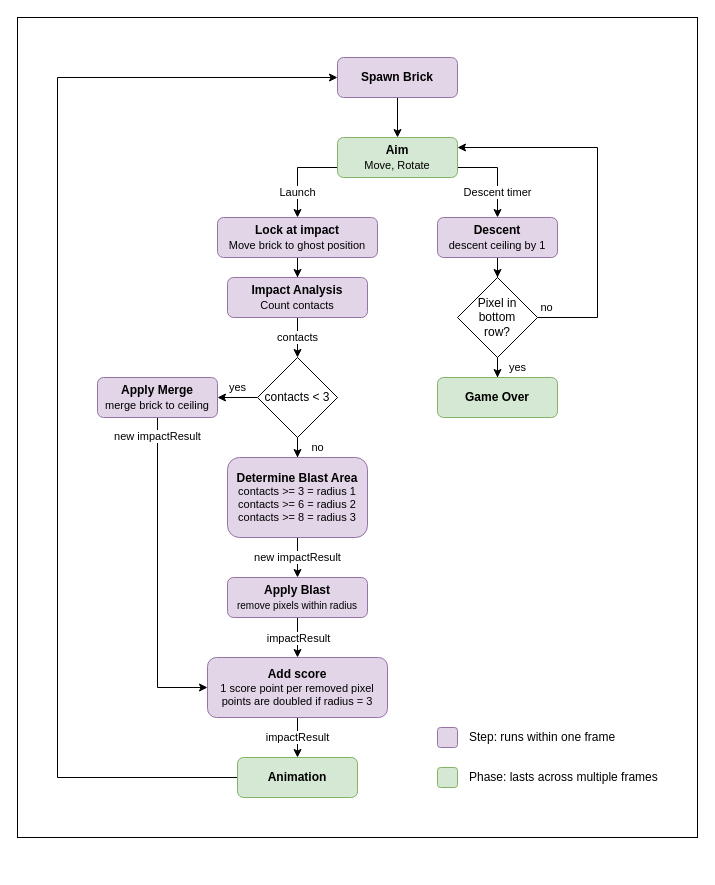
Earlier version of the draw.io diagram docs/diagrams/game-flow.drawio (JulianBittner/PixelBricksCS). Source tidied: cells renumbered, new cells numbered last; positions are measured from the earlier drawing's top-left corner, leaving out a move shared by most shapes. Both pictures are drawn from the tidied source at 100%, with x=0, y=0 at pixel (17, 17).
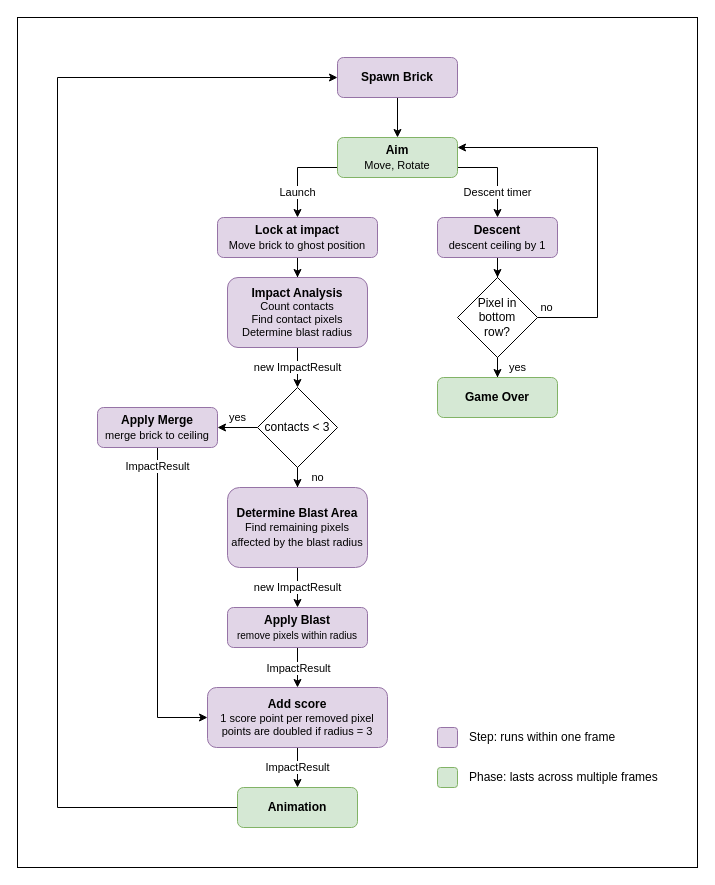
Above is the later version.

Commit message (it also covers changes not shown here):
fix(gameplay): count shared edges instead of neighbor pixels as contacts

The change refers to these unchanged cells:
```xml
<mxCell id="4" value="Spawn Brick" style="rounded=1;whiteSpace=wrap;html=1;fillColor=#e1d5e7;strokeColor=#9673a6;fontStyle=1;" parent="1" vertex="1">
  <mxGeometry x="320" y="40" width="120" height="40" as="geometry" />
</mxCell>
<mxCell id="23" style="edgeStyle=orthogonalEdgeStyle;rounded=0;jettySize=auto;html=1;entryX=0.5;entryY=0;entryDx=0;entryDy=0;" parent="1" edge="1" source="25" target="28">
  <mxGeometry relative="1" as="geometry" />
</mxCell>
```

What changed in the source:
```diff
@@
     <mxCell id="2" style="rounded=0;whiteSpace=wrap;html=1;fillColor=none;" parent="1" vertex="1">
-      <mxGeometry width="680" height="820" as="geometry" />
+      <mxGeometry width="680" height="850" as="geometry" />
     </mxCell>
@@
     <mxCell id="18" value="contacts &amp;lt; 3" style="rhombus;whiteSpace=wrap;html=1;" parent="1" vertex="1">
-      <mxGeometry x="240" y="340" width="80" height="80" as="geometry" />
+      <mxGeometry x="240" y="370" width="80" height="80" as="geometry" />
     </mxCell>
-    <mxCell id="19" value="&lt;span style=&quot;color: rgb(0, 0, 0); font-family: Helvetica; font-size: 11px; font-style: normal; font-variant-ligatures: normal; font-variant-caps: normal; font-weight: 400; letter-spacing: normal; orphans: 2; text-align: center; text-indent: 0px; text-transform: none; widows: 2; word-spacing: 0px; -webkit-text-stroke-width: 0px; white-space: nowrap; background-color: rgb(255, 255, 255); text-decoration-thickness: initial; text-decoration-style: initial; text-decoration-color: initial; display: inline !important; float: none;&quot;&gt;new impactResult&lt;/span&gt;" style="edgeStyle=orthogonalEdgeStyle;rounded=0;jettySize=auto;html=1;entryX=0;entryY=0.5;entryDx=0;entryDy=0;" parent="1" edge="1" source="20" target="28">
+    <mxCell id="19" value="&lt;span style=&quot;color: rgb(0, 0, 0); font-family: Helvetica; font-size: 11px; font-style: normal; font-variant-ligatures: normal; font-variant-caps: normal; font-weight: 400; letter-spacing: normal; orphans: 2; text-align: center; text-indent: 0px; text-transform: none; widows: 2; word-spacing: 0px; -webkit-text-stroke-width: 0px; white-space: nowrap; background-color: rgb(255, 255, 255); text-decoration-thickness: initial; text-decoration-style: initial; text-decoration-color: initial; display: inline !important; float: none;&quot;&gt;ImpactResult&lt;/span&gt;" style="edgeStyle=orthogonalEdgeStyle;rounded=0;jettySize=auto;html=1;entryX=0;entryY=0.5;entryDx=0;entryDy=0;" parent="1" edge="1" source="20" target="28">
       <mxGeometry x="-0.88" relative="1" as="geometry">
         <Array as="points">
-          <mxPoint x="140" y="670" />
+          <mxPoint x="140" y="700" />
         </Array>
       </mxGeometry>
     </mxCell>
     <mxCell id="20" value="Apply Merge&lt;br&gt;&lt;span style=&quot;font-weight: normal;&quot;&gt;&lt;font style=&quot;font-size: 11px;&quot;&gt;merge brick to ceiling&lt;/font&gt;&lt;/span&gt;" style="rounded=1;whiteSpace=wrap;html=1;fillColor=#e1d5e7;strokeColor=#9673a6;fontStyle=1;" parent="1" vertex="1">
-      <mxGeometry x="80" y="360" width="120" height="40" as="geometry" />
+      <mxGeometry x="80" y="390" width="120" height="40" as="geometry" />
     </mxCell>
-    <mxCell id="21" value="new impactResult" style="edgeStyle=orthogonalEdgeStyle;rounded=0;jettySize=auto;html=1;entryX=0.5;entryY=0;entryDx=0;entryDy=0;" parent="1" edge="1" source="22" target="25">
+    <mxCell id="21" value="new ImpactResult" style="edgeStyle=orthogonalEdgeStyle;rounded=0;jettySize=auto;html=1;entryX=0.5;entryY=0;entryDx=0;entryDy=0;" parent="1" edge="1" source="22" target="25">
       <mxGeometry relative="1" as="geometry" />
     </mxCell>
-    <mxCell id="22" value="Determine Blast Area&lt;div style=&quot;font-size: 11px;&quot;&gt;&lt;span style=&quot;background-color: initial; font-weight: 400;&quot;&gt;contacts&lt;/span&gt;&lt;span style=&quot;background-color: initial; font-weight: 400;&quot;&gt;&amp;nbsp;&amp;gt;= 3&lt;/span&gt;&lt;span style=&quot;font-weight: 400;&quot;&gt;&amp;nbsp;&lt;/span&gt;&lt;span style=&quot;font-weight: 400; background-color: initial;&quot;&gt;=&lt;/span&gt;&lt;span style=&quot;background-color: initial; font-weight: 400;&quot;&gt;&amp;nbsp;&lt;/span&gt;&lt;span style=&quot;font-weight: 400; background-color: initial;&quot;&gt;radius&amp;nbsp;&lt;/span&gt;&lt;span style=&quot;background-color: initial; font-weight: 400;&quot;&gt;1&lt;/span&gt;&lt;/div&gt;&lt;div style=&quot;font-size: 11px;&quot;&gt;&lt;span style=&quot;background-color: initial; font-weight: 400;&quot;&gt;contact&lt;/span&gt;&lt;span style=&quot;background-color: initial; font-weight: 400;&quot;&gt;s &amp;gt;= 6&lt;/span&gt;&lt;span style=&quot;font-weight: 400;&quot;&gt;&amp;nbsp;&lt;/span&gt;&lt;span style=&quot;font-weight: 400; background-color: initial;&quot;&gt;=&lt;/span&gt;&lt;span style=&quot;background-color: initial; font-weight: normal;&quot;&gt;&amp;nbsp;&lt;/span&gt;&lt;span style=&quot;font-weight: 400; background-color: initial;&quot;&gt;radius&amp;nbsp;&lt;/span&gt;&lt;span style=&quot;background-color: initial; font-weight: normal;&quot;&gt;2&lt;/span&gt;&lt;/div&gt;&lt;div style=&quot;font-size: 11px;&quot;&gt;&lt;span style=&quot;background-color: initial; font-weight: 400;&quot;&gt;contact&lt;/span&gt;&lt;span style=&quot;background-color: initial; font-weight: 400;&quot;&gt;s &amp;gt;= 8&lt;/span&gt;&lt;span style=&quot;font-weight: 400;&quot;&gt;&amp;nbsp;&lt;/span&gt;&lt;span style=&quot;font-weight: 400; background-color: initial;&quot;&gt;=&lt;/span&gt;&lt;span style=&quot;background-color: initial; font-weight: normal;&quot;&gt;&amp;nbsp;&lt;/span&gt;&lt;span style=&quot;font-weight: 400; background-color: initial;&quot;&gt;radius&amp;nbsp;&lt;/span&gt;&lt;span style=&quot;background-color: initial; font-weight: normal;&quot;&gt;3&lt;/span&gt;&lt;/div&gt;" style="rounded=1;whiteSpace=wrap;html=1;fillColor=#e1d5e7;strokeColor=#9673a6;fontStyle=1;" parent="1" vertex="1">
-      <mxGeometry x="210" y="440" width="140" height="80" as="geometry" />
+    <mxCell id="22" value="&lt;div&gt;Determine Blast Area&lt;/div&gt;&lt;div&gt;&lt;span style=&quot;font-weight: normal;&quot;&gt;&lt;font style=&quot;font-size: 11px;&quot;&gt;Find remaining pixels affected by the blast radius&lt;/font&gt;&lt;/span&gt;&lt;/div&gt;" style="rounded=1;whiteSpace=wrap;html=1;fillColor=#e1d5e7;strokeColor=#9673a6;fontStyle=1;" parent="1" vertex="1">
+      <mxGeometry x="210" y="470" width="140" height="80" as="geometry" />
     </mxCell>
@@
-    <mxCell id="24" value="impactResult" style="edgeLabel;html=1;align=center;verticalAlign=middle;" parent="23" vertex="1">
+    <mxCell id="24" value="ImpactResult" style="edgeLabel;html=1;align=center;verticalAlign=middle;" parent="23" vertex="1">
       <mxGeometry x="-0.34" y="-2" relative="1" as="geometry">
         <mxPoint x="2" y="7" as="offset" />
       </mxGeometry>
     </mxCell>
     <mxCell id="25" value="Apply Blast&lt;br style=&quot;font-size: 11px;&quot;&gt;&lt;font size=&quot;1&quot;&gt;&lt;span style=&quot;font-weight: normal;&quot;&gt;remove pixels within radius&lt;/span&gt;&lt;/font&gt;" style="rounded=1;whiteSpace=wrap;html=1;fillColor=#e1d5e7;strokeColor=#9673a6;fontStyle=1;" parent="1" vertex="1">
-      <mxGeometry x="210" y="560" width="140" height="40" as="geometry" />
+      <mxGeometry x="210" y="590" width="140" height="40" as="geometry" />
     </mxCell>
     <mxCell id="26" style="edgeStyle=orthogonalEdgeStyle;rounded=0;jettySize=auto;html=1;entryX=0;entryY=0.5;entryDx=0;entryDy=0;exitX=0;exitY=0.5;exitDx=0;exitDy=0;" parent="1" edge="1" source="29" target="4">
       <mxGeometry relative="1" as="geometry">
         <Array as="points">
-          <mxPoint x="40" y="760" />
+          <mxPoint x="40" y="790" />
           <mxPoint x="40" y="60" />
         </Array>
       </mxGeometry>
     </mxCell>
-    <mxCell id="27" value="&lt;span style=&quot;color: rgb(0, 0, 0); font-family: Helvetica; font-size: 11px; font-style: normal; font-variant-ligatures: normal; font-variant-caps: normal; font-weight: 400; letter-spacing: normal; orphans: 2; text-align: center; text-indent: 0px; text-transform: none; widows: 2; word-spacing: 0px; -webkit-text-stroke-width: 0px; white-space: nowrap; background-color: rgb(255, 255, 255); text-decoration-thickness: initial; text-decoration-style: initial; text-decoration-color: initial; display: inline !important; float: none;&quot;&gt;impactResult&lt;/span&gt;" style="edgeStyle=orthogonalEdgeStyle;rounded=0;jettySize=auto;html=1;entryX=0.5;entryY=0;entryDx=0;entryDy=0;" parent="1" edge="1" source="28" target="29">
+    <mxCell id="27" value="&lt;span style=&quot;color: rgb(0, 0, 0); font-family: Helvetica; font-size: 11px; font-style: normal; font-variant-ligatures: normal; font-variant-caps: normal; font-weight: 400; letter-spacing: normal; orphans: 2; text-align: center; text-indent: 0px; text-transform: none; widows: 2; word-spacing: 0px; -webkit-text-stroke-width: 0px; white-space: nowrap; background-color: rgb(255, 255, 255); text-decoration-thickness: initial; text-decoration-style: initial; text-decoration-color: initial; display: inline !important; float: none;&quot;&gt;ImpactResult&lt;/span&gt;" style="edgeStyle=orthogonalEdgeStyle;rounded=0;jettySize=auto;html=1;entryX=0.5;entryY=0;entryDx=0;entryDy=0;" parent="1" edge="1" source="28" target="29">
       <mxGeometry relative="1" as="geometry" />
     </mxCell>
     <mxCell id="28" value="Add score&lt;div style=&quot;font-size: 11px;&quot;&gt;&lt;span style=&quot;font-weight: normal;&quot;&gt;1 score point per removed pixel&lt;br&gt;&lt;/span&gt;&lt;/div&gt;&lt;div style=&quot;font-size: 11px;&quot;&gt;&lt;span style=&quot;font-weight: normal;&quot;&gt;points are doubled if radius = 3&lt;/span&gt;&lt;/div&gt;" style="rounded=1;whiteSpace=wrap;html=1;fillColor=#e1d5e7;strokeColor=#9673a6;fontStyle=1;" parent="1" vertex="1">
-      <mxGeometry x="190" y="640" width="180" height="60" as="geometry" />
+      <mxGeometry x="190" y="670" width="180" height="60" as="geometry" />
     </mxCell>
     <mxCell id="29" value="&lt;b&gt;Animation&lt;/b&gt;" style="rounded=1;whiteSpace=wrap;html=1;fillColor=#d5e8d4;strokeColor=#82b366;" parent="1" vertex="1">
-      <mxGeometry x="220" y="740" width="120" height="40" as="geometry" />
+      <mxGeometry x="220" y="770" width="120" height="40" as="geometry" />
     </mxCell>
-    <mxCell id="30" value="contacts" style="edgeStyle=orthogonalEdgeStyle;rounded=0;jettySize=auto;html=1;entryX=0.5;entryY=0;entryDx=0;entryDy=0;" parent="1" edge="1" source="31" target="18">
+    <mxCell id="30" value="new ImpactResult" style="edgeStyle=orthogonalEdgeStyle;rounded=0;jettySize=auto;html=1;entryX=0.5;entryY=0;entryDx=0;entryDy=0;" parent="1" edge="1" source="31" target="18">
       <mxGeometry relative="1" as="geometry" />
     </mxCell>
-    <mxCell id="31" value="Impact Analysis&lt;div&gt;&lt;span style=&quot;font-weight: normal;&quot;&gt;&lt;font style=&quot;font-size: 11px;&quot;&gt;Count contacts&lt;/font&gt;&lt;/span&gt;&lt;/div&gt;" style="rounded=1;whiteSpace=wrap;html=1;fillColor=#e1d5e7;strokeColor=#9673a6;fontStyle=1;" parent="1" vertex="1">
-      <mxGeometry x="210" y="260" width="140" height="40" as="geometry" />
+    <mxCell id="31" value="&lt;div&gt;Impact Analysis&lt;/div&gt;&lt;div style=&quot;font-size: 11px;&quot;&gt;&lt;span style=&quot;font-weight: normal;&quot;&gt;&lt;font style=&quot;font-size: 11px;&quot;&gt;Count contacts&lt;/font&gt;&lt;/span&gt;&lt;/div&gt;&lt;div style=&quot;font-size: 11px;&quot;&gt;&lt;span style=&quot;font-weight: normal;&quot;&gt;&lt;font style=&quot;font-size: 11px;&quot;&gt;Find contact pixels&lt;/font&gt;&lt;/span&gt;&lt;/div&gt;&lt;div style=&quot;font-size: 11px;&quot;&gt;&lt;span style=&quot;font-weight: normal;&quot;&gt;&lt;font style=&quot;font-size: 11px;&quot;&gt;Determine blast radius&lt;/font&gt;&lt;/span&gt;&lt;/div&gt;" style="rounded=1;whiteSpace=wrap;html=1;fillColor=#e1d5e7;strokeColor=#9673a6;fontStyle=1;" parent="1" vertex="1">
+      <mxGeometry x="210" y="260" width="140" height="70" as="geometry" />
     </mxCell>
```
